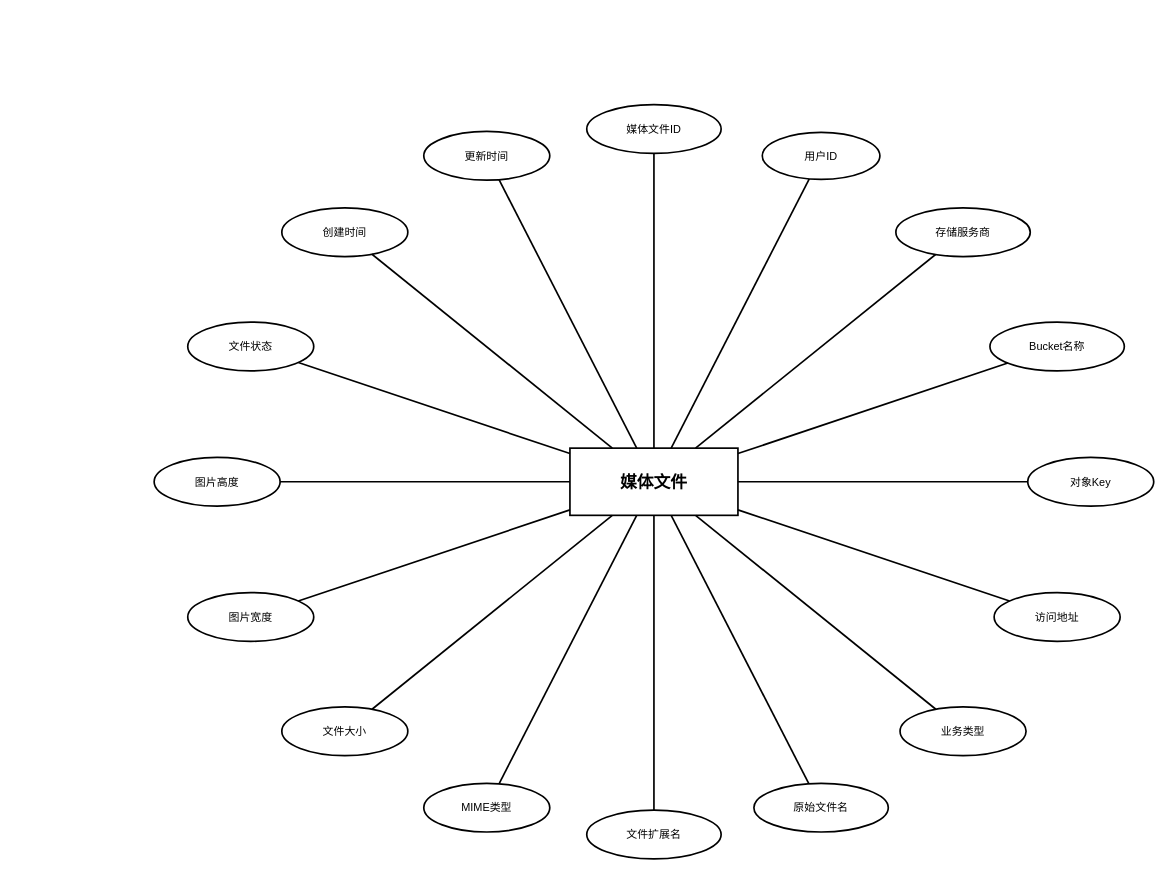
612cs/TrailQuest keeps this draw.io diagram as DOCS/thesis/figures/entity-diagrams/media_files/media_files_entity.drawio. Above is the earlier version. Source tidied: cells renumbered, new cells numbered last; positions are measured from the earlier drawing's top-left corner, leaving out a move shared by most shapes. Both pictures are drawn from the tidied source at 84%, with x=0, y=0 at pixel (154, 104).
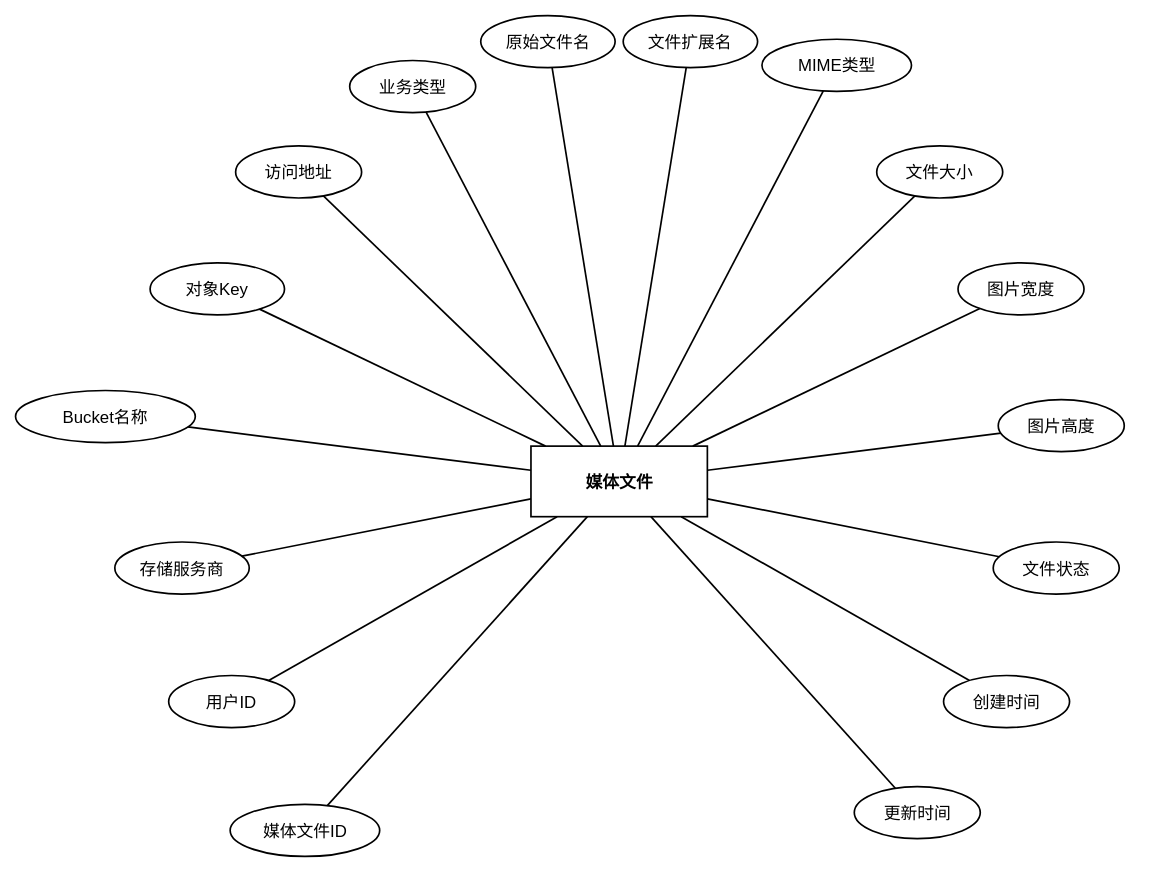
The same diagram, later.

The edit, as a diff of the source:
```diff
@@
-    <mxCell id="2" value="媒体文件" style="rounded=0;whiteSpace=wrap;html=1;fillColor=#ffffff;strokeColor=#000000;fontColor=#000000;fontFamily=Arial;fontSize=20;fontStyle=1;align=center;verticalAlign=middle;strokeWidth=2;" parent="1" vertex="1">
-      <mxGeometry x="495" y="409" width="200" height="80" as="geometry" />
+    <mxCell id="2" value="媒体文件" style="rounded=0;whiteSpace=wrap;html=1;fillColor=none;strokeColor=#000000;fontColor=#000000;fontFamily=Arial;fontSize=20;fontStyle=1;align=center;verticalAlign=middle;strokeWidth=2;gradientColor=none;shadow=0;glass=0;" parent="1" vertex="1">
+      <mxGeometry x="448.6" y="406.6" width="210" height="84" as="geometry" />
     </mxCell>
-    <mxCell id="3" value="媒体文件ID" style="ellipse;whiteSpace=wrap;html=1;fillColor=#ffffff;strokeColor=#000000;fontColor=#000000;fontFamily=Arial;fontSize=13;align=center;verticalAlign=middle;strokeWidth=2;" parent="1" vertex="1">
-      <mxGeometry x="515" width="160" height="58" as="geometry" />
+    <mxCell id="3" value="媒体文件ID" style="ellipse;whiteSpace=wrap;html=1;fillColor=none;strokeColor=#000000;fontColor=#000000;fontFamily=Arial;fontSize=20;align=center;verticalAlign=middle;strokeWidth=2;gradientColor=none;shadow=0;glass=0;" parent="1" vertex="1">
+      <mxGeometry x="90.5" y="833.1" width="178" height="62" as="geometry" />
     </mxCell>
-    <mxCell id="4" value="用户ID" style="ellipse;whiteSpace=wrap;html=1;fillColor=#ffffff;strokeColor=#000000;fontColor=#000000;fontFamily=Arial;fontSize=13;align=center;verticalAlign=middle;strokeWidth=2;" parent="1" vertex="1">
-      <mxGeometry x="724" y="33" width="140" height="56" as="geometry" />
+    <mxCell id="4" value="用户ID" style="ellipse;whiteSpace=wrap;html=1;fillColor=none;strokeColor=#000000;fontColor=#000000;fontFamily=Arial;fontSize=20;align=center;verticalAlign=middle;strokeWidth=2;gradientColor=none;shadow=0;glass=0;" parent="1" vertex="1">
+      <mxGeometry x="17.3" y="679.7" width="150" height="62" as="geometry" />
     </mxCell>
-    <mxCell id="5" value="存储服务商" style="ellipse;whiteSpace=wrap;html=1;fillColor=#ffffff;strokeColor=#000000;fontColor=#000000;fontFamily=Arial;fontSize=13;align=center;verticalAlign=middle;strokeWidth=2;" parent="1" vertex="1">
-      <mxGeometry x="883" y="123" width="160" height="58" as="geometry" />
+    <mxCell id="5" value="存储服务商" style="ellipse;whiteSpace=wrap;html=1;fillColor=none;strokeColor=#000000;fontColor=#000000;fontFamily=Arial;fontSize=20;align=center;verticalAlign=middle;strokeWidth=2;gradientColor=none;shadow=0;glass=0;" parent="1" vertex="1">
+      <mxGeometry x="-46.8" y="520.7" width="160" height="62" as="geometry" />
     </mxCell>
-    <mxCell id="6" value="Bucket名称" style="ellipse;whiteSpace=wrap;html=1;fillColor=#ffffff;strokeColor=#000000;fontColor=#000000;fontFamily=Arial;fontSize=13;align=center;verticalAlign=middle;strokeWidth=2;" parent="1" vertex="1">
-      <mxGeometry x="995" y="259" width="160" height="58" as="geometry" />
+    <mxCell id="6" value="Bucket名称" style="ellipse;whiteSpace=wrap;html=1;fillColor=none;strokeColor=#000000;fontColor=#000000;fontFamily=Arial;fontSize=20;align=center;verticalAlign=middle;strokeWidth=2;gradientColor=none;shadow=0;glass=0;" parent="1" vertex="1">
+      <mxGeometry x="-165" y="340.4" width="214" height="62" as="geometry" />
     </mxCell>
-    <mxCell id="7" value="对象Key" style="ellipse;whiteSpace=wrap;html=1;fillColor=#ffffff;strokeColor=#000000;fontColor=#000000;fontFamily=Arial;fontSize=13;align=center;verticalAlign=middle;strokeWidth=2;" parent="1" vertex="1">
-      <mxGeometry x="1040" y="420" width="150" height="58" as="geometry" />
+    <mxCell id="7" value="对象Key" style="ellipse;whiteSpace=wrap;html=1;fillColor=none;strokeColor=#000000;fontColor=#000000;fontFamily=Arial;fontSize=20;align=center;verticalAlign=middle;strokeWidth=2;gradientColor=none;shadow=0;glass=0;" parent="1" vertex="1">
+      <mxGeometry x="-4.8" y="188.4" width="160" height="62" as="geometry" />
     </mxCell>
-    <mxCell id="8" value="访问地址" style="ellipse;whiteSpace=wrap;html=1;fillColor=#ffffff;strokeColor=#000000;fontColor=#000000;fontFamily=Arial;fontSize=13;align=center;verticalAlign=middle;strokeWidth=2;" parent="1" vertex="1">
-      <mxGeometry x="1000" y="581" width="150" height="58" as="geometry" />
+    <mxCell id="8" value="访问地址" style="ellipse;whiteSpace=wrap;html=1;fillColor=none;strokeColor=#000000;fontColor=#000000;fontFamily=Arial;fontSize=20;align=center;verticalAlign=middle;strokeWidth=2;gradientColor=none;shadow=0;glass=0;" parent="1" vertex="1">
+      <mxGeometry x="97" y="49.2" width="150" height="62" as="geometry" />
     </mxCell>
-    <mxCell id="9" value="业务类型" style="ellipse;whiteSpace=wrap;html=1;fillColor=#ffffff;strokeColor=#000000;fontColor=#000000;fontFamily=Arial;fontSize=13;align=center;verticalAlign=middle;strokeWidth=2;" parent="1" vertex="1">
-      <mxGeometry x="888" y="717" width="150" height="58" as="geometry" />
+    <mxCell id="9" value="业务类型" style="ellipse;whiteSpace=wrap;html=1;fillColor=none;strokeColor=#000000;fontColor=#000000;fontFamily=Arial;fontSize=20;align=center;verticalAlign=middle;strokeWidth=2;gradientColor=none;shadow=0;glass=0;" parent="1" vertex="1">
+      <mxGeometry x="232.8" y="-52.5" width="150" height="62" as="geometry" />
     </mxCell>
-    <mxCell id="10" value="原始文件名" style="ellipse;whiteSpace=wrap;html=1;fillColor=#ffffff;strokeColor=#000000;fontColor=#000000;fontFamily=Arial;fontSize=13;align=center;verticalAlign=middle;strokeWidth=2;" parent="1" vertex="1">
-      <mxGeometry x="714" y="808" width="160" height="58" as="geometry" />
+    <mxCell id="10" value="原始文件名" style="ellipse;whiteSpace=wrap;html=1;fillColor=none;strokeColor=#000000;fontColor=#000000;fontFamily=Arial;fontSize=20;align=center;verticalAlign=middle;strokeWidth=2;gradientColor=none;shadow=0;glass=0;" parent="1" vertex="1">
+      <mxGeometry x="388.8" y="-106" width="160" height="62" as="geometry" />
     </mxCell>
-    <mxCell id="11" value="文件扩展名" style="ellipse;whiteSpace=wrap;html=1;fillColor=#ffffff;strokeColor=#000000;fontColor=#000000;fontFamily=Arial;fontSize=13;align=center;verticalAlign=middle;strokeWidth=2;" parent="1" vertex="1">
-      <mxGeometry x="515" y="840" width="160" height="58" as="geometry" />
+    <mxCell id="11" value="文件扩展名" style="ellipse;whiteSpace=wrap;html=1;fillColor=none;strokeColor=#000000;fontColor=#000000;fontFamily=Arial;fontSize=20;align=center;verticalAlign=middle;strokeWidth=2;gradientColor=none;shadow=0;glass=0;" parent="1" vertex="1">
+      <mxGeometry x="558.4" y="-106" width="160" height="62" as="geometry" />
     </mxCell>
-    <mxCell id="12" value="MIME类型" style="ellipse;whiteSpace=wrap;html=1;fillColor=#ffffff;strokeColor=#000000;fontColor=#000000;fontFamily=Arial;fontSize=13;align=center;verticalAlign=middle;strokeWidth=2;" parent="1" vertex="1">
-      <mxGeometry x="321" y="808" width="150" height="58" as="geometry" />
+    <mxCell id="12" value="MIME类型" style="ellipse;whiteSpace=wrap;html=1;fillColor=none;strokeColor=#000000;fontColor=#000000;fontFamily=Arial;fontSize=20;align=center;verticalAlign=middle;strokeWidth=2;gradientColor=none;shadow=0;glass=0;" parent="1" vertex="1">
+      <mxGeometry x="723.6" y="-77.8" width="178" height="62" as="geometry" />
     </mxCell>
-    <mxCell id="13" value="文件大小" style="ellipse;whiteSpace=wrap;html=1;fillColor=#ffffff;strokeColor=#000000;fontColor=#000000;fontFamily=Arial;fontSize=13;align=center;verticalAlign=middle;strokeWidth=2;" parent="1" vertex="1">
-      <mxGeometry x="152" y="717" width="150" height="58" as="geometry" />
+    <mxCell id="13" value="文件大小" style="ellipse;whiteSpace=wrap;html=1;fillColor=none;strokeColor=#000000;fontColor=#000000;fontFamily=Arial;fontSize=20;align=center;verticalAlign=middle;strokeWidth=2;gradientColor=none;shadow=0;glass=0;" parent="1" vertex="1">
+      <mxGeometry x="860.2" y="49.2" width="150" height="62" as="geometry" />
     </mxCell>
-    <mxCell id="14" value="图片宽度" style="ellipse;whiteSpace=wrap;html=1;fillColor=#ffffff;strokeColor=#000000;fontColor=#000000;fontFamily=Arial;fontSize=13;align=center;verticalAlign=middle;strokeWidth=2;" parent="1" vertex="1">
-      <mxGeometry x="40" y="581" width="150" height="58" as="geometry" />
+    <mxCell id="14" value="图片宽度" style="ellipse;whiteSpace=wrap;html=1;fillColor=none;strokeColor=#000000;fontColor=#000000;fontFamily=Arial;fontSize=20;align=center;verticalAlign=middle;strokeWidth=2;gradientColor=none;shadow=0;glass=0;" parent="1" vertex="1">
+      <mxGeometry x="957" y="188.4" width="150" height="62" as="geometry" />
     </mxCell>
-    <mxCell id="15" value="图片高度" style="ellipse;whiteSpace=wrap;html=1;fillColor=#ffffff;strokeColor=#000000;fontColor=#000000;fontFamily=Arial;fontSize=13;align=center;verticalAlign=middle;strokeWidth=2;" parent="1" vertex="1">
-      <mxGeometry y="420" width="150" height="58" as="geometry" />
+    <mxCell id="15" value="图片高度" style="ellipse;whiteSpace=wrap;html=1;fillColor=none;strokeColor=#000000;fontColor=#000000;fontFamily=Arial;fontSize=20;align=center;verticalAlign=middle;strokeWidth=2;gradientColor=none;shadow=0;glass=0;" parent="1" vertex="1">
+      <mxGeometry x="1004.9" y="351.2" width="150" height="62" as="geometry" />
     </mxCell>
-    <mxCell id="16" value="文件状态" style="ellipse;whiteSpace=wrap;html=1;fillColor=#ffffff;strokeColor=#000000;fontColor=#000000;fontFamily=Arial;fontSize=13;align=center;verticalAlign=middle;strokeWidth=2;" parent="1" vertex="1">
-      <mxGeometry x="40" y="259" width="150" height="58" as="geometry" />
+    <mxCell id="16" value="文件状态" style="ellipse;whiteSpace=wrap;html=1;fillColor=none;strokeColor=#000000;fontColor=#000000;fontFamily=Arial;fontSize=20;align=center;verticalAlign=middle;strokeWidth=2;gradientColor=none;shadow=0;glass=0;" parent="1" vertex="1">
+      <mxGeometry x="998.9" y="520.7" width="150" height="62" as="geometry" />
     </mxCell>
-    <mxCell id="17" value="创建时间" style="ellipse;whiteSpace=wrap;html=1;fillColor=#ffffff;strokeColor=#000000;fontColor=#000000;fontFamily=Arial;fontSize=13;align=center;verticalAlign=middle;strokeWidth=2;" parent="1" vertex="1">
-      <mxGeometry x="152" y="123" width="150" height="58" as="geometry" />
+    <mxCell id="17" value="创建时间" style="ellipse;whiteSpace=wrap;html=1;fillColor=none;strokeColor=#000000;fontColor=#000000;fontFamily=Arial;fontSize=20;align=center;verticalAlign=middle;strokeWidth=2;gradientColor=none;shadow=0;glass=0;" parent="1" vertex="1">
+      <mxGeometry x="939.8" y="679.7" width="150" height="62" as="geometry" />
     </mxCell>
-    <mxCell id="18" value="更新时间" style="ellipse;whiteSpace=wrap;html=1;fillColor=#ffffff;strokeColor=#000000;fontColor=#000000;fontFamily=Arial;fontSize=13;align=center;verticalAlign=middle;strokeWidth=2;" parent="1" vertex="1">
-      <mxGeometry x="321" y="32" width="150" height="58" as="geometry" />
+    <mxCell id="18" value="更新时间" style="ellipse;whiteSpace=wrap;html=1;fillColor=none;strokeColor=#000000;fontColor=#000000;fontFamily=Arial;fontSize=20;align=center;verticalAlign=middle;strokeWidth=2;gradientColor=none;shadow=0;glass=0;" parent="1" vertex="1">
+      <mxGeometry x="833.5" y="811.9" width="150" height="62" as="geometry" />
     </mxCell>
```
